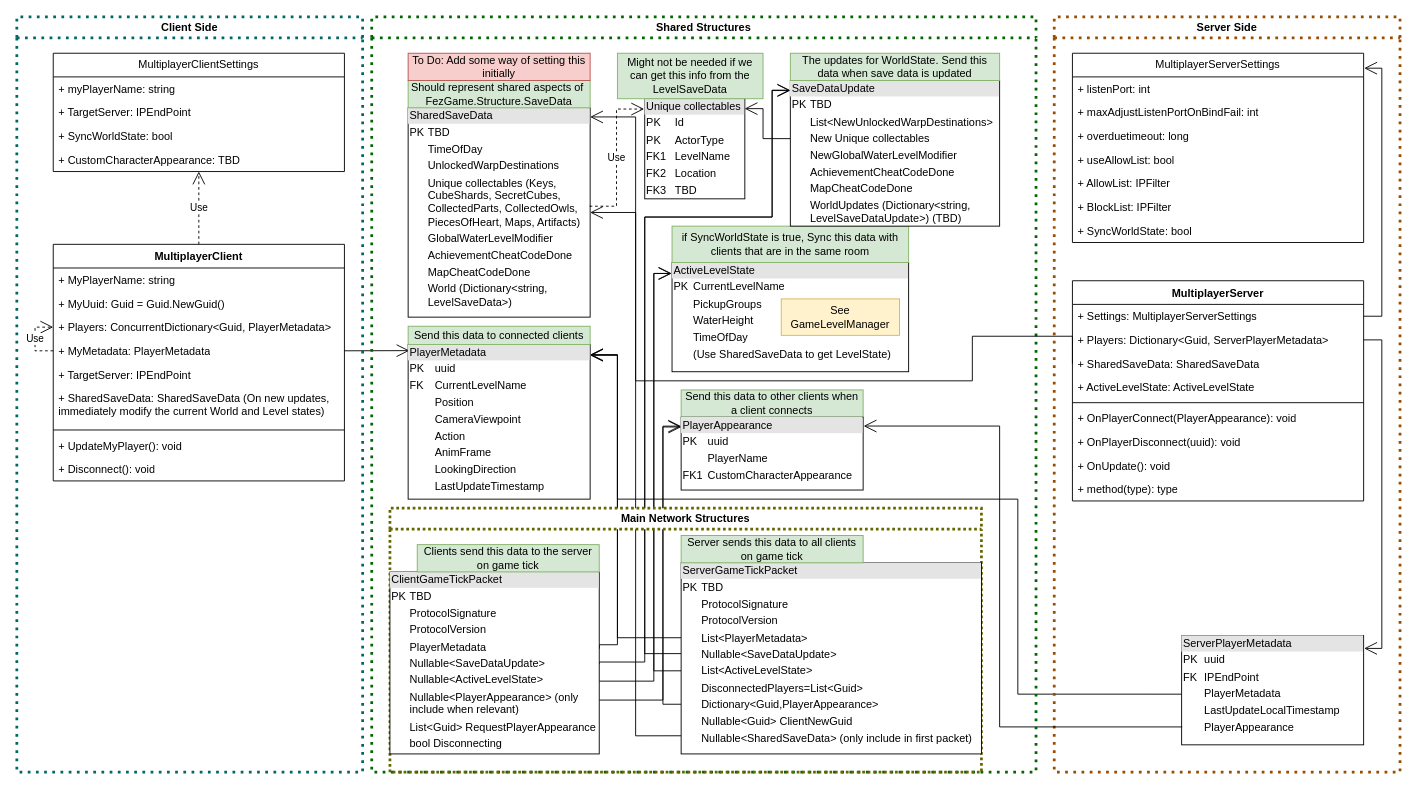
Earlier version of the draw.io diagram UMLDiagram.drawio (FEZModding/FezMultiplayerMod). Source tidied: cells renumbered, new cells numbered last; positions are measured from the earlier drawing's top-left corner, leaving out a move shared by most shapes. Both pictures are drawn from the tidied source at 91%, with x=0, y=0 at pixel (16, 16).
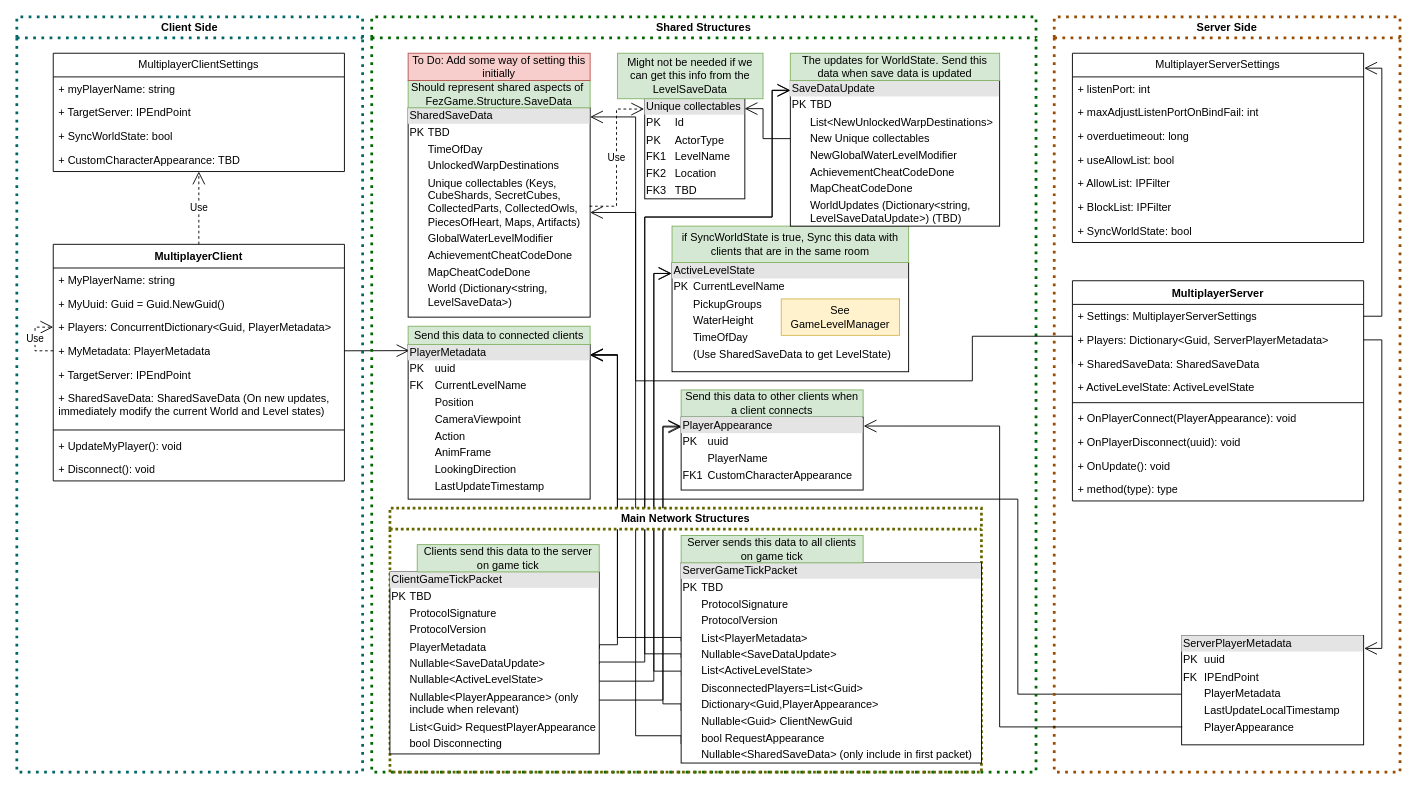
Above is the later version.

Unchanged cells that the change refers to:
```xml
<mxCell id="66" value="Main Network Structures" style="swimlane;whiteSpace=wrap;html=1;dashed=1;dashPattern=1 1;strokeWidth=3;strokeColor=#666600;" parent="45" vertex="1">
  <mxGeometry x="20" y="540" width="650" height="290" as="geometry" />
</mxCell>
```

Change to the diagram source:
```diff
@@
-    <mxCell id="69" value="&lt;div style=&quot;box-sizing:border-box;width:100%;background:#e4e4e4;padding:2px;&quot;&gt;ServerGameTickPacket&lt;/div&gt;&lt;table style=&quot;width:100%;font-size:1em;&quot; cellpadding=&quot;2&quot; cellspacing=&quot;0&quot;&gt;&lt;tbody&gt;&lt;tr&gt;&lt;td&gt;PK&lt;/td&gt;&lt;td&gt;TBD&lt;/td&gt;&lt;/tr&gt;&lt;tr&gt;&lt;td&gt;&lt;br&gt;&lt;/td&gt;&lt;td&gt;ProtocolSignature&lt;br&gt;&lt;/td&gt;&lt;/tr&gt;&lt;tr&gt;&lt;td&gt;&lt;br&gt;&lt;/td&gt;&lt;td&gt;ProtocolVersion&lt;br&gt;&lt;/td&gt;&lt;/tr&gt;&lt;tr&gt;&lt;td&gt;&lt;br&gt;&lt;/td&gt;&lt;td&gt;List&amp;lt;PlayerMetadata&amp;gt;&lt;br&gt;&lt;/td&gt;&lt;/tr&gt;&lt;tr&gt;&lt;td&gt;&lt;br&gt;&lt;/td&gt;&lt;td&gt;Nullable&amp;lt;SaveDataUpdate&amp;gt;&lt;br&gt;&lt;/td&gt;&lt;/tr&gt;&lt;tr&gt;&lt;td&gt;&lt;br&gt;&lt;/td&gt;&lt;td&gt;List&amp;lt;ActiveLevelState&amp;gt;&lt;br&gt;&lt;/td&gt;&lt;/tr&gt;&lt;tr&gt;&lt;td&gt;&lt;br&gt;&lt;/td&gt;&lt;td&gt;DisconnectedPlayers=List&amp;lt;Guid&amp;gt;&lt;br&gt;&lt;/td&gt;&lt;/tr&gt;&lt;tr&gt;&lt;td&gt;&lt;br&gt;&lt;/td&gt;&lt;td&gt;Dictionary&amp;lt;Guid,PlayerAppearance&amp;gt;&lt;/td&gt;&lt;/tr&gt;&lt;tr&gt;&lt;td&gt;&lt;br&gt;&lt;/td&gt;&lt;td&gt;Nullable&amp;lt;Guid&amp;gt; ClientNewGuid&lt;br&gt;&lt;/td&gt;&lt;/tr&gt;&lt;tr&gt;&lt;td&gt;&lt;br&gt;&lt;/td&gt;&lt;td&gt;Nullable&amp;lt;SharedSaveData&amp;gt; (only include in first packet)&lt;/td&gt;&lt;/tr&gt;&lt;/tbody&gt;&lt;/table&gt;" style="verticalAlign=top;align=left;overflow=fill;html=1;whiteSpace=wrap;" parent="66" vertex="1">
-      <mxGeometry x="320" y="60" width="330" height="210" as="geometry" />
+    <mxCell id="69" value="&lt;div style=&quot;box-sizing:border-box;width:100%;background:#e4e4e4;padding:2px;&quot;&gt;ServerGameTickPacket&lt;/div&gt;&lt;table style=&quot;width:100%;font-size:1em;&quot; cellpadding=&quot;2&quot; cellspacing=&quot;0&quot;&gt;&lt;tbody&gt;&lt;tr&gt;&lt;td&gt;PK&lt;/td&gt;&lt;td&gt;TBD&lt;/td&gt;&lt;/tr&gt;&lt;tr&gt;&lt;td&gt;&lt;br&gt;&lt;/td&gt;&lt;td&gt;ProtocolSignature&lt;br&gt;&lt;/td&gt;&lt;/tr&gt;&lt;tr&gt;&lt;td&gt;&lt;br&gt;&lt;/td&gt;&lt;td&gt;ProtocolVersion&lt;br&gt;&lt;/td&gt;&lt;/tr&gt;&lt;tr&gt;&lt;td&gt;&lt;br&gt;&lt;/td&gt;&lt;td&gt;List&amp;lt;PlayerMetadata&amp;gt;&lt;br&gt;&lt;/td&gt;&lt;/tr&gt;&lt;tr&gt;&lt;td&gt;&lt;br&gt;&lt;/td&gt;&lt;td&gt;Nullable&amp;lt;SaveDataUpdate&amp;gt;&lt;br&gt;&lt;/td&gt;&lt;/tr&gt;&lt;tr&gt;&lt;td&gt;&lt;br&gt;&lt;/td&gt;&lt;td&gt;List&amp;lt;ActiveLevelState&amp;gt;&lt;br&gt;&lt;/td&gt;&lt;/tr&gt;&lt;tr&gt;&lt;td&gt;&lt;br&gt;&lt;/td&gt;&lt;td&gt;DisconnectedPlayers=List&amp;lt;Guid&amp;gt;&lt;br&gt;&lt;/td&gt;&lt;/tr&gt;&lt;tr&gt;&lt;td&gt;&lt;br&gt;&lt;/td&gt;&lt;td&gt;Dictionary&amp;lt;Guid,PlayerAppearance&amp;gt;&lt;/td&gt;&lt;/tr&gt;&lt;tr&gt;&lt;td&gt;&lt;br&gt;&lt;/td&gt;&lt;td&gt;Nullable&amp;lt;Guid&amp;gt; ClientNewGuid&lt;br&gt;&lt;/td&gt;&lt;/tr&gt;&lt;tr&gt;&lt;td&gt;&lt;br&gt;&lt;/td&gt;&lt;td&gt;bool&amp;nbsp;RequestAppearance&lt;/td&gt;&lt;/tr&gt;&lt;tr&gt;&lt;td&gt;&lt;br&gt;&lt;/td&gt;&lt;td&gt;Nullable&amp;lt;SharedSaveData&amp;gt; (only include in first packet)&lt;/td&gt;&lt;/tr&gt;&lt;/tbody&gt;&lt;/table&gt;" style="verticalAlign=top;align=left;overflow=fill;html=1;whiteSpace=wrap;" parent="66" vertex="1">
+      <mxGeometry x="320" y="60" width="330" height="220" as="geometry" />
     </mxCell>
```
